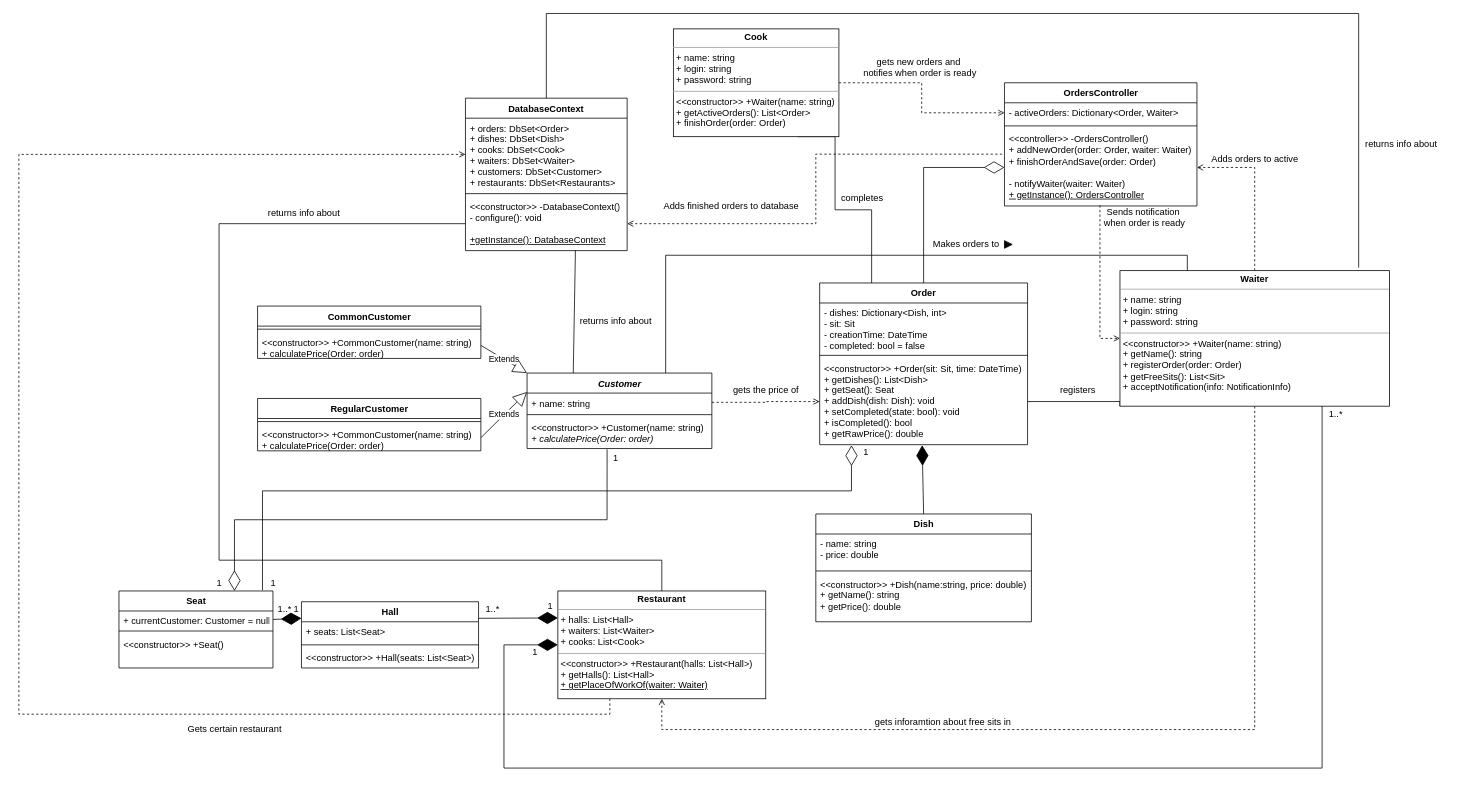
This is VIPZ/Lab06/Classes diagram.drawio from Ridjeik/Labs, a draw.io file, before an edit. Source tidied: cells renumbered, new cells numbered last; positions are measured from the earlier drawing's top-left corner, leaving out a move shared by most shapes. Both pictures are drawn from the tidied source at 77%, with x=0, y=0 at pixel (18, 13).
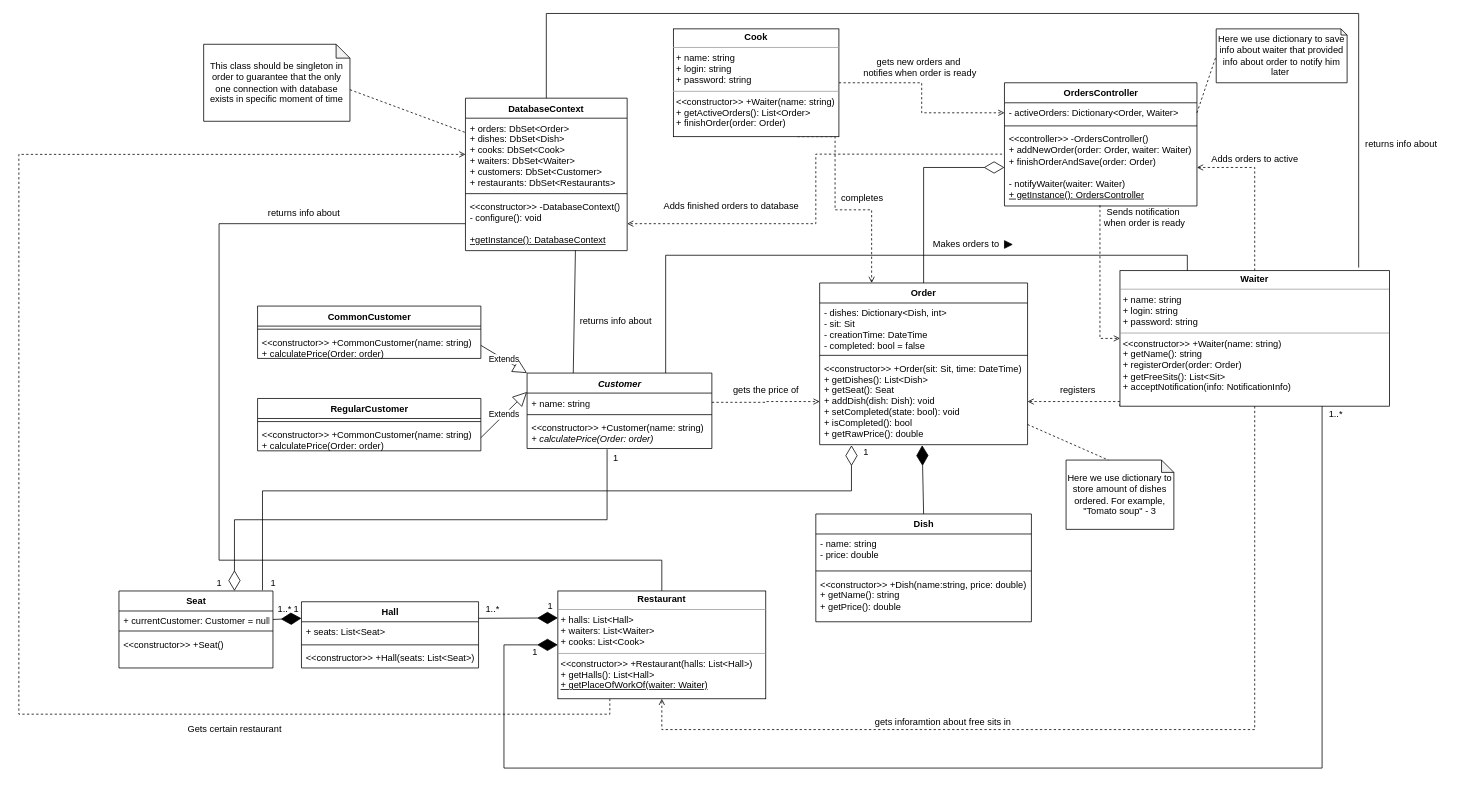
The same page after the edit.

The change refers to these unchanged cells:
```xml
<mxCell id="2" value="Order" style="swimlane;fontStyle=1;align=center;verticalAlign=top;horizontal=1;startSize=26;" parent="1" vertex="1">
  <mxGeometry x="1040" y="350" width="270" height="210" as="geometry" />
</mxCell>
<mxCell id="5" value="&lt;&lt;constructor&gt;&gt; +Order(sit: Sit, time: DateTime)&#10;+ getDishes(): List&lt;Dish&gt;&#10;+ getSeat(): Seat&#10;+ addDish(dish: Dish): void&#10;+ setCompleted(state: bool): void&#10;+ isCompleted(): bool&#10;+ getRawPrice(): double" style="text;strokeColor=none;fillColor=none;align=left;verticalAlign=top;spacingLeft=4;spacingRight=4;overflow=hidden;points=[[0,0.5],[1,0.5]];portConstraint=eastwest;" parent="2" vertex="1">
  <mxGeometry y="98" width="270" height="112" as="geometry" />
</mxCell>
<mxCell id="7" value="+ orders: DbSet&lt;Order&gt;&#10;+ dishes: DbSet&lt;Dish&gt;&#10;+ cooks: DbSet&lt;Cook&gt;&#10;+ waiters: DbSet&lt;Waiter&gt;&#10;+ customers: DbSet&lt;Customer&gt;&#10;+ restaurants: DbSet&lt;Restaurants&gt;" style="text;strokeColor=none;fillColor=none;align=left;verticalAlign=top;spacingLeft=4;spacingRight=4;overflow=hidden;points=[[0,0.5],[1,0.5]];portConstraint=eastwest;" parent="6" vertex="1">
  <mxGeometry y="26" width="210" height="94" as="geometry" />
</mxCell>
<mxCell id="17" value="&lt;p style=&quot;margin:0px;margin-top:4px;text-align:center;&quot;&gt;&lt;b&gt;Waiter&lt;/b&gt;&lt;/p&gt;&lt;hr size=&quot;1&quot;&gt;&lt;p style=&quot;margin:0px;margin-left:4px;&quot;&gt;+ name: string&lt;/p&gt;&lt;p style=&quot;margin:0px;margin-left:4px;&quot;&gt;+ login: string&lt;/p&gt;&lt;p style=&quot;margin:0px;margin-left:4px;&quot;&gt;+ password: string&lt;/p&gt;&lt;hr size=&quot;1&quot;&gt;&lt;p style=&quot;margin:0px;margin-left:4px;&quot;&gt;&amp;lt;&amp;lt;constructor&amp;gt;&amp;gt; +Waiter(name: string)&lt;/p&gt;&lt;p style=&quot;margin:0px;margin-left:4px;&quot;&gt;+ getName(): string&lt;/p&gt;&lt;p style=&quot;margin:0px;margin-left:4px;&quot;&gt;+ registerOrder(order: Order)&lt;/p&gt;&lt;p style=&quot;margin:0px;margin-left:4px;&quot;&gt;+ getFreeSits(): List&amp;lt;Sit&amp;gt;&lt;/p&gt;&lt;p style=&quot;margin:0px;margin-left:4px;&quot;&gt;+ acceptNotification(info: NotificationInfo)&lt;/p&gt;" style="verticalAlign=top;align=left;overflow=fill;fontSize=12;fontFamily=Helvetica;html=1;" parent="1" vertex="1">
  <mxGeometry x="1430" y="334" width="350" height="176" as="geometry" />
</mxCell>
<mxCell id="23" value="- activeOrders: Dictionary&amp;lt;Order, Waiter&amp;gt;" style="text;strokeColor=none;fillColor=none;align=left;verticalAlign=top;spacingLeft=4;spacingRight=4;overflow=hidden;points=[[0,0.5],[1,0.5]];portConstraint=eastwest;html=1;" parent="22" vertex="1">
  <mxGeometry y="26" width="250" height="26" as="geometry" />
</mxCell>
<mxCell id="54" value="&lt;p style=&quot;margin:0px;margin-top:4px;text-align:center;&quot;&gt;&lt;b&gt;Cook&lt;/b&gt;&lt;/p&gt;&lt;hr size=&quot;1&quot;&gt;&lt;p style=&quot;margin: 0px 0px 0px 4px;&quot;&gt;+ name: string&lt;/p&gt;&lt;p style=&quot;margin: 0px 0px 0px 4px;&quot;&gt;+ login: string&lt;/p&gt;&lt;p style=&quot;margin: 0px 0px 0px 4px;&quot;&gt;+ password: string&lt;/p&gt;&lt;hr size=&quot;1&quot;&gt;&lt;p style=&quot;margin: 0px 0px 0px 4px;&quot;&gt;&amp;lt;&amp;lt;constructor&amp;gt;&amp;gt; +Waiter(name: string)&lt;/p&gt;&lt;p style=&quot;margin: 0px 0px 0px 4px;&quot;&gt;+ getActiveOrders(): List&amp;lt;Order&amp;gt;&lt;/p&gt;&lt;p style=&quot;margin: 0px 0px 0px 4px;&quot;&gt;+ finishOrder(order: Order)&lt;/p&gt;" style="verticalAlign=top;align=left;overflow=fill;fontSize=12;fontFamily=Helvetica;html=1;" parent="1" vertex="1">
  <mxGeometry x="850" y="20" width="215" height="140" as="geometry" />
</mxCell>
```

Diff of the diagram source:
```diff
@@
-    <mxCell id="16" style="edgeStyle=orthogonalEdgeStyle;rounded=0;jettySize=auto;html=1;exitX=0;exitY=1;exitDx=0;exitDy=0;entryX=1;entryY=0.5;entryDx=0;entryDy=0;endArrow=none;endFill=0;startArrow=none;startFill=0;" parent="1" edge="1" source="17" target="5">
+    <mxCell id="16" style="edgeStyle=orthogonalEdgeStyle;rounded=0;jettySize=auto;html=1;exitX=0;exitY=1;exitDx=0;exitDy=0;entryX=1;entryY=0.5;entryDx=0;entryDy=0;endArrow=open;endFill=0;startArrow=none;startFill=0;dashed=1;" parent="1" edge="1" source="17" target="5">
       <mxGeometry relative="1" as="geometry">
         <Array as="points">
           <mxPoint x="1430" y="504" />
         </Array>
       </mxGeometry>
     </mxCell>
@@
-    <mxCell id="53" style="edgeStyle=orthogonalEdgeStyle;rounded=0;jettySize=auto;html=1;exitX=0.75;exitY=1;exitDx=0;exitDy=0;entryX=0.25;entryY=0;entryDx=0;entryDy=0;endArrow=none;endFill=0;" parent="1" edge="1" source="54" target="2">
+    <mxCell id="53" style="edgeStyle=orthogonalEdgeStyle;rounded=0;jettySize=auto;html=1;exitX=0.75;exitY=1;exitDx=0;exitDy=0;entryX=0.25;entryY=0;entryDx=0;entryDy=0;endArrow=open;endFill=0;dashed=1;" parent="1" edge="1" source="54" target="2">
       <mxGeometry relative="1" as="geometry">
         <Array as="points">
           <mxPoint x="1060" y="160" />
           <mxPoint x="1060" y="255" />
           <mxPoint x="1108" y="255" />
         </Array>
       </mxGeometry>
     </mxCell>
@@
+    <mxCell id="85" style="rounded=0;jettySize=auto;html=1;exitX=0;exitY=0;exitDx=190;exitDy=59;exitPerimeter=0;entryX=0.005;entryY=0.202;entryDx=0;entryDy=0;entryPerimeter=0;dashed=1;endArrow=none;endFill=0;" parent="1" edge="1" source="86" target="7">
+      <mxGeometry relative="1" as="geometry" />
+    </mxCell>
+    <mxCell id="86" value="&lt;div style=&quot;&quot;&gt;&lt;span style=&quot;background-color: initial;&quot;&gt;This class should be singleton in order to guarantee that the only one connection with database exists in specific moment of time&lt;/span&gt;&lt;/div&gt;" style="shape=note;whiteSpace=wrap;html=1;backgroundOutline=1;darkOpacity=0.05;align=center;size=18;" parent="1" vertex="1">
+      <mxGeometry x="240" y="40" width="190" height="100" as="geometry" />
+    </mxCell>
+    <mxCell id="87" value="Here we use dictionary to store amount of dishes ordered. For example, &quot;Tomato soup&quot; - 3" style="shape=note;whiteSpace=wrap;html=1;backgroundOutline=1;darkOpacity=0.05;align=center;size=16;" parent="1" vertex="1">
+      <mxGeometry x="1360" y="580" width="140" height="90" as="geometry" />
+    </mxCell>
+    <mxCell id="88" style="edgeStyle=none;rounded=0;jettySize=auto;html=1;exitX=1;exitY=0.766;exitDx=0;exitDy=0;entryX=0;entryY=0;entryDx=55;entryDy=0;entryPerimeter=0;dashed=1;endArrow=none;endFill=0;exitPerimeter=0;" parent="1" edge="1" source="5" target="87">
+      <mxGeometry relative="1" as="geometry" />
+    </mxCell>
+    <mxCell id="89" value="Here we use dictionary to save info about waiter that provided info about order to notify him later&amp;nbsp;" style="shape=note;whiteSpace=wrap;html=1;backgroundOutline=1;darkOpacity=0.05;size=8;" parent="1" vertex="1">
+      <mxGeometry x="1555" y="20" width="170" height="70" as="geometry" />
+    </mxCell>
+    <mxCell id="90" style="edgeStyle=none;rounded=0;jettySize=auto;html=1;exitX=1;exitY=0.5;exitDx=0;exitDy=0;entryX=0;entryY=0.5;entryDx=0;entryDy=0;entryPerimeter=0;dashed=1;endArrow=none;endFill=0;" parent="1" edge="1" source="23" target="89">
+      <mxGeometry relative="1" as="geometry" />
+    </mxCell>
```
